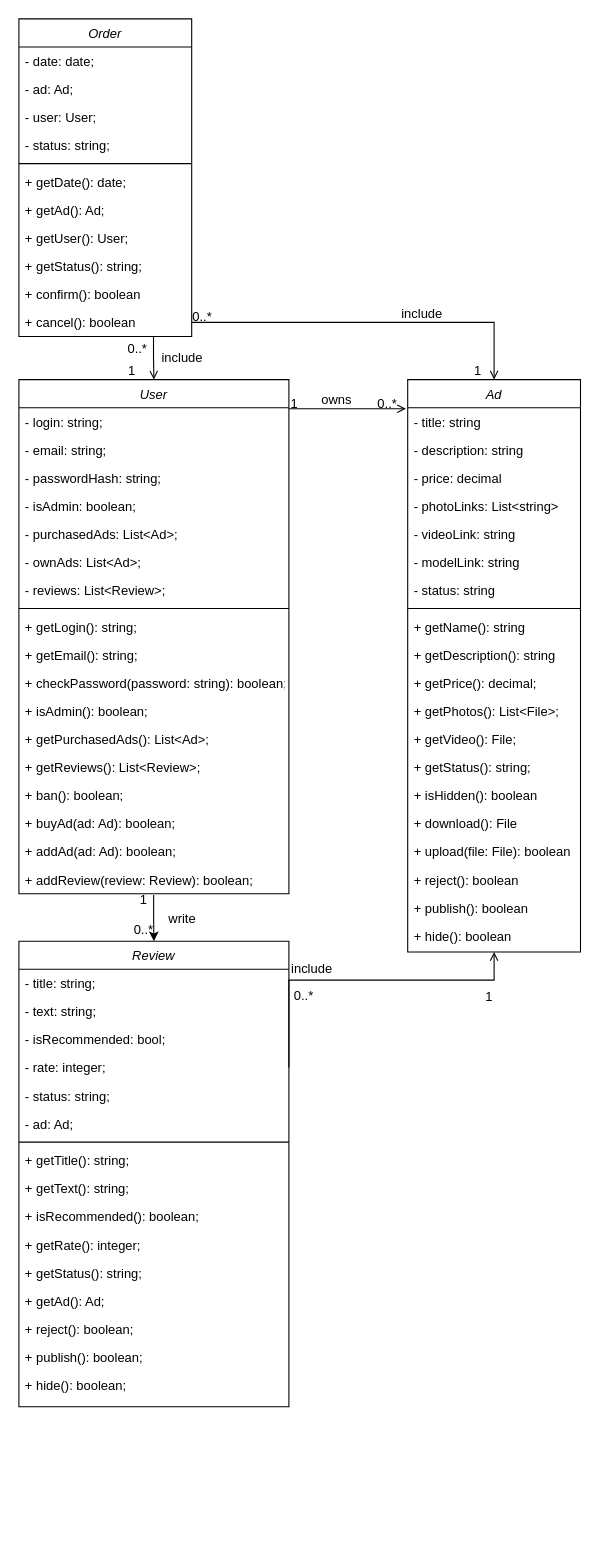
DogNellaf/c2c-market keeps this draw.io diagram as Diagrams/Class.drawio. Above is the earlier version. Source tidied: cells renumbered, new cells numbered last; positions are measured from the earlier drawing's top-left corner, leaving out a move shared by most shapes. Both pictures are drawn from the tidied source at 108%, with x=0, y=0 at pixel (18, 18).
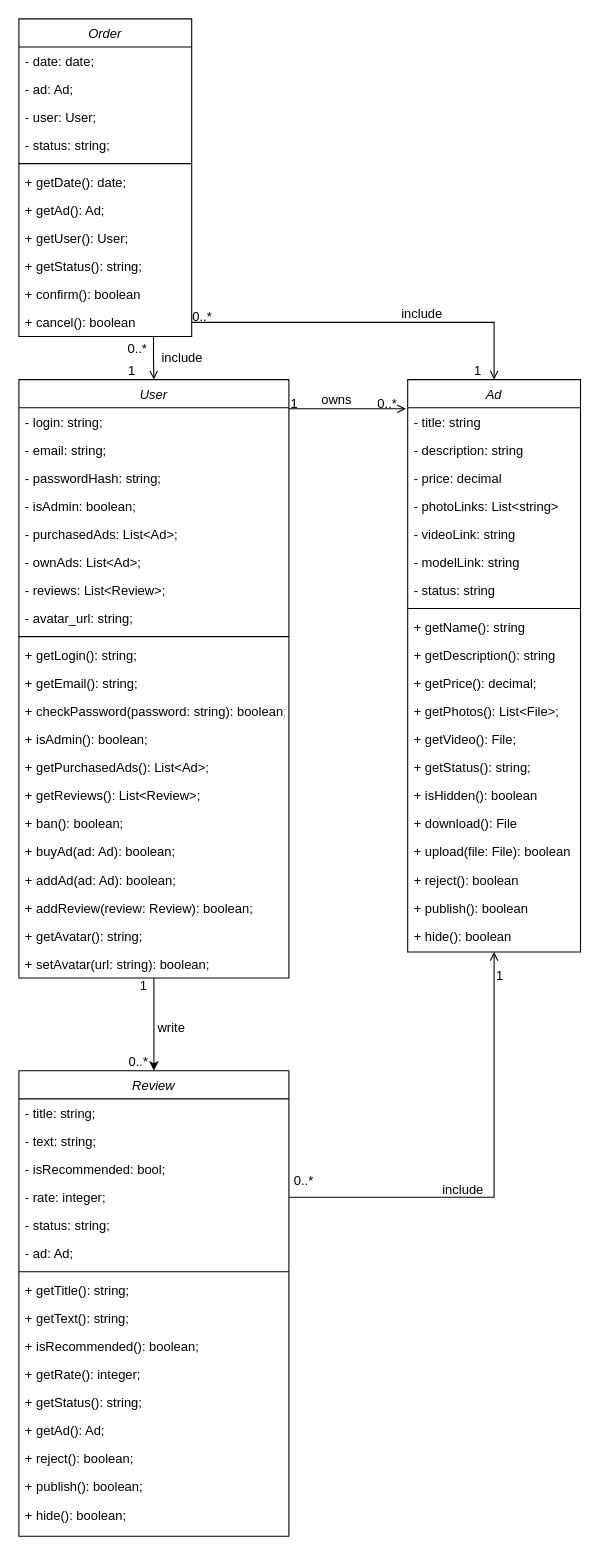
After the change.

Unchanged cells that the change refers to:
```xml
<mxCell id="21" value="Ad" style="swimlane;fontStyle=2;align=center;verticalAlign=top;horizontal=1;startSize=26;rounded=0;shadow=0;strokeWidth=1;" parent="1" vertex="1">
  <mxGeometry x="360" y="334" width="160" height="530" as="geometry" />
</mxCell>
<mxCell id="50" value="- rate: integer;" style="text;align=left;verticalAlign=top;spacingLeft=4;spacingRight=4;overflow=hidden;points=[[0,0.5],[1,0.5]];portConstraint=eastwest;rounded=0;shadow=0;html=0;" parent="46" vertex="1">
  <mxGeometry y="104" width="250" height="26" as="geometry" />
</mxCell>
```

The edit, as a diff of the source:
```diff
@@
     <mxCell id="2" value="User" style="swimlane;fontStyle=2;align=center;verticalAlign=top;horizontal=1;startSize=26;rounded=0;shadow=0;strokeWidth=1;" parent="1" vertex="1">
-      <mxGeometry y="334" width="250" height="476" as="geometry" />
+      <mxGeometry y="334" width="250" height="554" as="geometry" />
     </mxCell>
@@
+    <mxCell id="91" value="- avatar_url: string;" style="text;align=left;verticalAlign=top;spacingLeft=4;spacingRight=4;overflow=hidden;rounded=0;shadow=0;html=0;" parent="2" vertex="1">
+      <mxGeometry y="208" width="250" height="26" as="geometry" />
+    </mxCell>
     <mxCell id="10" style="line;html=1;strokeWidth=1;align=left;verticalAlign=middle;spacingTop=-1;spacingLeft=3;spacingRight=3;labelPosition=right;" parent="2" vertex="1">
-      <mxGeometry y="208" width="250" height="8" as="geometry" />
+      <mxGeometry y="234" width="250" height="8" as="geometry" />
     </mxCell>
     <mxCell id="11" value="+ getLogin(): string;" style="text;align=left;verticalAlign=top;spacingLeft=4;spacingRight=4;overflow=hidden;" parent="2" vertex="1">
-      <mxGeometry y="216" width="250" height="26" as="geometry" />
+      <mxGeometry y="242" width="250" height="26" as="geometry" />
     </mxCell>
     <mxCell id="12" value="+ getEmail(): string;" style="text;align=left;verticalAlign=top;spacingLeft=4;spacingRight=4;overflow=hidden;" parent="2" vertex="1">
-      <mxGeometry y="242" width="250" height="26" as="geometry" />
+      <mxGeometry y="268" width="250" height="26" as="geometry" />
     </mxCell>
     <mxCell id="13" value="+ checkPassword(password: string): boolean;" style="text;align=left;verticalAlign=top;spacingLeft=4;spacingRight=4;overflow=hidden;" parent="2" vertex="1">
-      <mxGeometry y="268" width="250" height="26" as="geometry" />
+      <mxGeometry y="294" width="250" height="26" as="geometry" />
     </mxCell>
     <mxCell id="14" value="+ isAdmin(): boolean;" style="text;align=left;verticalAlign=top;spacingLeft=4;spacingRight=4;overflow=hidden;" parent="2" vertex="1">
-      <mxGeometry y="294" width="250" height="26" as="geometry" />
+      <mxGeometry y="320" width="250" height="26" as="geometry" />
     </mxCell>
     <mxCell id="15" value="+ getPurchasedAds(): List&lt;Ad&gt;;" style="text;align=left;verticalAlign=top;spacingLeft=4;spacingRight=4;overflow=hidden;" parent="2" vertex="1">
-      <mxGeometry y="320" width="250" height="26" as="geometry" />
+      <mxGeometry y="346" width="250" height="26" as="geometry" />
     </mxCell>
     <mxCell id="16" value="+ getReviews(): List&lt;Review&gt;;" style="text;align=left;verticalAlign=top;spacingLeft=4;spacingRight=4;overflow=hidden;" parent="2" vertex="1">
-      <mxGeometry y="346" width="250" height="26" as="geometry" />
+      <mxGeometry y="372" width="250" height="26" as="geometry" />
     </mxCell>
     <mxCell id="17" value="+ ban(): boolean;" style="text;align=left;verticalAlign=top;spacingLeft=4;spacingRight=4;overflow=hidden;" parent="2" vertex="1">
-      <mxGeometry y="372" width="250" height="26" as="geometry" />
+      <mxGeometry y="398" width="250" height="26" as="geometry" />
     </mxCell>
     <mxCell id="18" value="+ buyAd(ad: Ad): boolean;" style="text;align=left;verticalAlign=top;spacingLeft=4;spacingRight=4;overflow=hidden;" parent="2" vertex="1">
-      <mxGeometry y="398" width="250" height="26" as="geometry" />
+      <mxGeometry y="424" width="250" height="26" as="geometry" />
     </mxCell>
     <mxCell id="19" value="+ addAd(ad: Ad): boolean;" style="text;align=left;verticalAlign=top;spacingLeft=4;spacingRight=4;overflow=hidden;" parent="2" vertex="1">
-      <mxGeometry y="424" width="250" height="26" as="geometry" />
+      <mxGeometry y="450" width="250" height="26" as="geometry" />
     </mxCell>
     <mxCell id="20" value="+ addReview(review: Review): boolean;" style="text;align=left;verticalAlign=top;spacingLeft=4;spacingRight=4;overflow=hidden;points=[[0,0.5],[1,0.5]];portConstraint=eastwest;" parent="2" vertex="1">
-      <mxGeometry y="450" width="250" height="26" as="geometry" />
+      <mxGeometry y="476" width="250" height="26" as="geometry" />
     </mxCell>
+    <mxCell id="92" value="+ getAvatar(): string;" style="text;align=left;verticalAlign=top;spacingLeft=4;spacingRight=4;overflow=hidden;" parent="2" vertex="1">
+      <mxGeometry y="502" width="250" height="26" as="geometry" />
+    </mxCell>
+    <mxCell id="93" value="+ setAvatar(url: string): boolean;" style="text;align=left;verticalAlign=top;spacingLeft=4;spacingRight=4;overflow=hidden;" parent="2" vertex="1">
+      <mxGeometry y="528" width="250" height="26" as="geometry" />
+    </mxCell>
@@
     <mxCell id="46" value="Review" style="swimlane;fontStyle=2;align=center;verticalAlign=top;horizontal=1;startSize=26;rounded=0;shadow=0;strokeWidth=1;" parent="1" vertex="1">
-      <mxGeometry y="854" width="250" height="431" as="geometry" />
+      <mxGeometry y="974" width="250" height="431" as="geometry" />
     </mxCell>
@@
-    <mxCell id="63" style="endArrow=classic;shadow=0;strokeWidth=1;rounded=0;endFill=1;edgeStyle=elbowEdgeStyle;elbow=vertical;entryX=0.5;entryY=0;entryDx=0;entryDy=0;startArrow=none;startFill=0;exitX=0.499;exitY=1.045;exitDx=0;exitDy=0;exitPerimeter=0;" parent="1" edge="1" source="20" target="46">
+    <mxCell id="63" style="endArrow=classic;shadow=0;strokeWidth=1;rounded=0;endFill=1;edgeStyle=elbowEdgeStyle;elbow=vertical;entryX=0.5;entryY=0;entryDx=0;entryDy=0;startArrow=none;startFill=0;" parent="1" edge="1" source="2" target="46">
       <mxGeometry x="0.5" y="41" relative="1" as="geometry">
         <Array as="points">
           <mxPoint x="125" y="834" />
           <mxPoint x="240" y="711" />
           <mxPoint x="200" y="621" />
         </Array>
         <mxPoint x="-40" y="32" as="offset" />
       </mxGeometry>
     </mxCell>
     <mxCell id="64" value="0..*" style="align=left;verticalAlign=bottom;labelBackgroundColor=none;fontSize=12;" parent="63" vertex="1">
       <mxGeometry x="-1" relative="1" as="geometry">
-        <mxPoint x="-20" y="41" as="offset" />
+        <mxPoint x="-25" y="86" as="offset" />
       </mxGeometry>
     </mxCell>
     <mxCell id="65" value="1" style="align=right;verticalAlign=bottom;labelBackgroundColor=none;fontSize=12;" parent="63" vertex="1">
       <mxGeometry x="1" relative="1" as="geometry">
-        <mxPoint x="-5" y="-30" as="offset" />
+        <mxPoint x="-5" y="-70" as="offset" />
       </mxGeometry>
     </mxCell>
     <mxCell id="66" value="write" style="text;html=1;align=center;verticalAlign=middle;labelBackgroundColor=none;rounded=0;shadow=0;strokeWidth=1;fontSize=12;" parent="63" vertex="1">
       <mxGeometry x="0.5" y="49" relative="1" as="geometry">
-        <mxPoint x="-24" y="-9" as="offset" />
+        <mxPoint x="-34" y="-19" as="offset" />
       </mxGeometry>
     </mxCell>
     <mxCell id="67" style="endArrow=none;shadow=0;strokeWidth=1;rounded=0;endFill=0;edgeStyle=elbowEdgeStyle;elbow=vertical;entryX=1;entryY=0.5;entryDx=0;entryDy=0;startArrow=open;startFill=0;exitX=0.5;exitY=1;exitDx=0;exitDy=0;" parent="1" edge="1" source="21" target="50">
       <mxGeometry x="0.5" y="41" relative="1" as="geometry">
         <Array as="points">
-          <mxPoint x="360" y="890" />
+          <mxPoint x="360" y="1091" />
           <mxPoint x="425.2" y="712.3" />
           <mxPoint x="385.2" y="622.3" />
         </Array>
         <mxPoint x="-40" y="32" as="offset" />
       </mxGeometry>
     </mxCell>
     <mxCell id="68" value="0..*" style="align=left;verticalAlign=bottom;labelBackgroundColor=none;fontSize=12;" parent="67" vertex="1">
       <mxGeometry x="-1" relative="1" as="geometry">
-        <mxPoint x="-187" y="49" as="offset" />
+        <mxPoint x="-187" y="220" as="offset" />
       </mxGeometry>
     </mxCell>
     <mxCell id="69" value="1" style="align=right;verticalAlign=bottom;labelBackgroundColor=none;fontSize=12;" parent="67" vertex="1">
       <mxGeometry x="1" relative="1" as="geometry">
-        <mxPoint x="190" y="-57" as="offset" />
+        <mxPoint x="200" y="-197" as="offset" />
       </mxGeometry>
     </mxCell>
     <mxCell id="70" value="include" style="text;html=1;align=center;verticalAlign=middle;labelBackgroundColor=none;rounded=0;shadow=0;strokeWidth=1;fontSize=12;" parent="67" vertex="1">
       <mxGeometry x="0.5" y="49" relative="1" as="geometry">
-        <mxPoint x="-29" y="-18" as="offset" />
+        <mxPoint x="56" y="-56" as="offset" />
       </mxGeometry>
     </mxCell>
```
